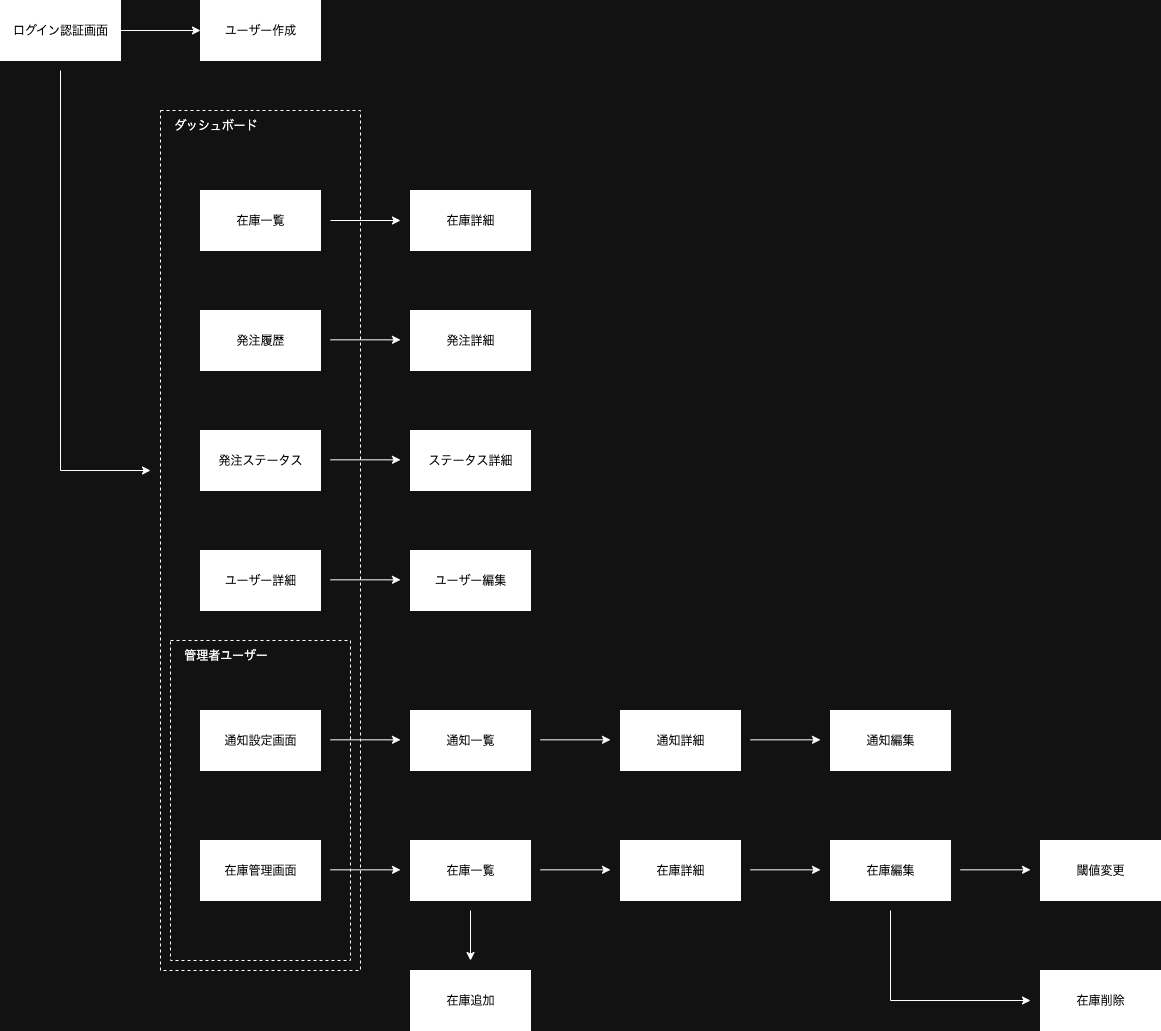
The draw.io diagram images/image_transition.png in Tsukasa724/portfolio, before a commit. Source tidied: cells renumbered, new cells last; positions are measured from the earlier drawing's top-left corner, leaving out a move shared by most shapes.
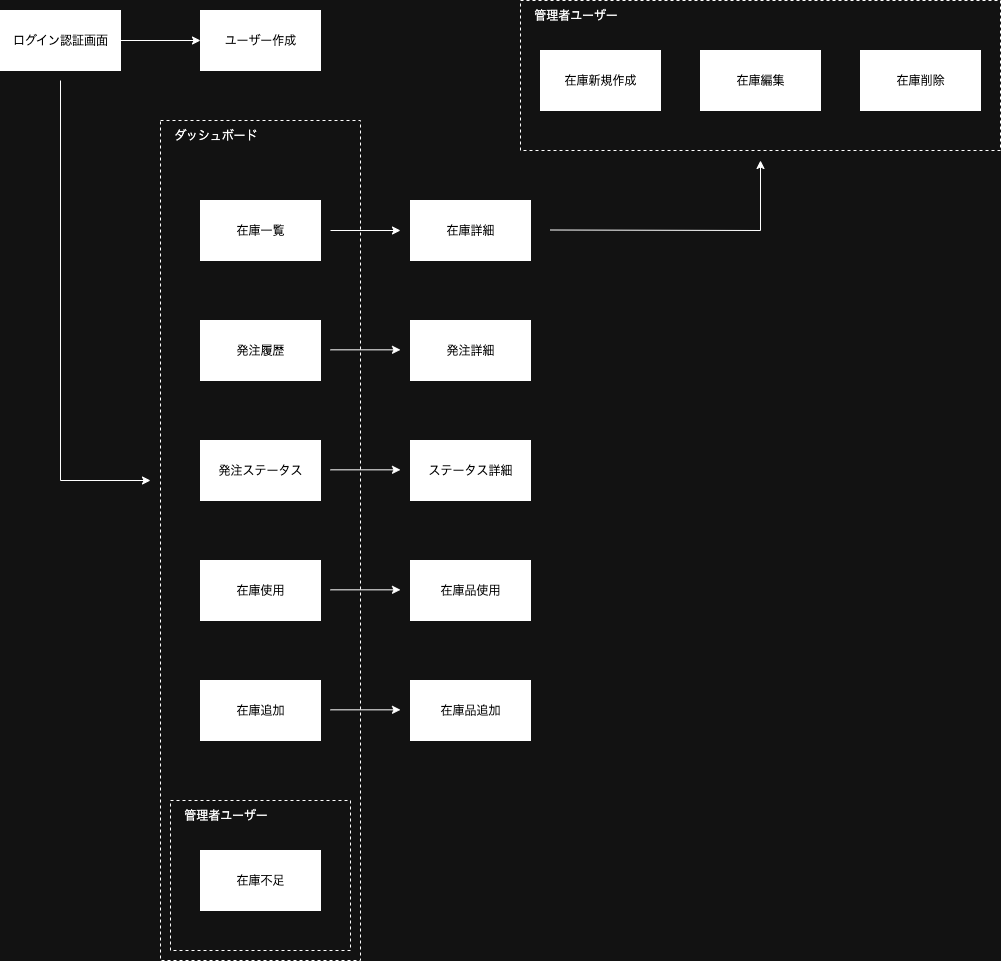
After the commit.

Commit message:
README.mdの編集 - 画像遷移図の変更 - 指摘内容と修正内容の追加

The edit, as a diff of the source:
```diff
@@ -2,6 +2,9 @@
   <root>
     <mxCell id="0" />
     <mxCell id="1" parent="0" />
+    <mxCell id="42" style="rounded=0;whiteSpace=wrap;html=1;fillColor=none;dashed=1;strokeColor=light-dark(#000000,#FFFFFF);" parent="1" vertex="1">
+      <mxGeometry x="520" y="-10" width="480" height="150" as="geometry" />
+    </mxCell>
     <mxCell id="2" value="&lt;font style=&quot;color: light-dark(rgb(0, 0, 0), rgb(0, 0, 0));&quot;&gt;ログイン認証画面&lt;/font&gt;" style="rounded=0;whiteSpace=wrap;html=1;fillColor=light-dark(#FFFFFF,#FFFFFF);" parent="1" vertex="1">
       <mxGeometry width="120" height="60" as="geometry" />
     </mxCell>
@@ -14,7 +17,7 @@
       </mxGeometry>
     </mxCell>
     <mxCell id="5" style="rounded=0;whiteSpace=wrap;html=1;fillColor=none;dashed=1;strokeColor=light-dark(#000000,#FFFFFF);" parent="1" vertex="1">
-      <mxGeometry x="160" y="110" width="200" height="860" as="geometry" />
+      <mxGeometry x="160" y="110" width="200" height="840" as="geometry" />
     </mxCell>
     <mxCell id="6" value="ダッシュボード" style="text;html=1;align=center;verticalAlign=middle;strokeColor=none;fillColor=none;" parent="1" vertex="1">
       <mxGeometry x="160" y="110" width="110" height="30" as="geometry" />
@@ -28,21 +31,18 @@
     <mxCell id="9" value="&lt;font style=&quot;color: light-dark(rgb(0, 0, 0), rgb(0, 0, 0));&quot;&gt;在庫一覧&lt;/font&gt;" style="rounded=0;whiteSpace=wrap;html=1;fillColor=light-dark(#FFFFFF,#FFFFFF);" parent="1" vertex="1">
       <mxGeometry x="200" y="190" width="120" height="60" as="geometry" />
     </mxCell>
-    <mxCell id="10" value="&lt;font style=&quot;color: light-dark(rgb(0, 0, 0), rgb(0, 0, 0));&quot;&gt;ユーザー詳細&lt;/font&gt;" style="rounded=0;whiteSpace=wrap;html=1;fillColor=light-dark(#FFFFFF,#FFFFFF);" parent="1" vertex="1">
+    <mxCell id="10" value="&lt;font style=&quot;color: light-dark(rgb(0, 0, 0), rgb(0, 0, 0));&quot;&gt;在庫使用&lt;/font&gt;" style="rounded=0;whiteSpace=wrap;html=1;fillColor=light-dark(#FFFFFF,#FFFFFF);" parent="1" vertex="1">
       <mxGeometry x="200" y="550" width="120" height="60" as="geometry" />
     </mxCell>
     <mxCell id="11" style="rounded=0;whiteSpace=wrap;html=1;fillColor=none;dashed=1;strokeColor=light-dark(#000000,#FFFFFF);" parent="1" vertex="1">
-      <mxGeometry x="170" y="640" width="180" height="320" as="geometry" />
+      <mxGeometry x="170" y="790" width="180" height="150" as="geometry" />
     </mxCell>
     <mxCell id="12" value="管理者ユーザー" style="text;html=1;align=center;verticalAlign=middle;strokeColor=none;fillColor=none;" parent="1" vertex="1">
-      <mxGeometry x="170" y="640" width="110" height="30" as="geometry" />
+      <mxGeometry x="170" y="790" width="110" height="30" as="geometry" />
     </mxCell>
-    <mxCell id="13" value="&lt;font style=&quot;color: light-dark(rgb(0, 0, 0), rgb(0, 0, 0));&quot;&gt;在庫管理画面&lt;/font&gt;" style="rounded=0;whiteSpace=wrap;html=1;fillColor=light-dark(#FFFFFF,#FFFFFF);" parent="1" vertex="1">
+    <mxCell id="13" value="&lt;font style=&quot;color: light-dark(rgb(0, 0, 0), rgb(0, 0, 0));&quot;&gt;在庫不足&lt;/font&gt;" style="rounded=0;whiteSpace=wrap;html=1;fillColor=light-dark(#FFFFFF,#FFFFFF);" parent="1" vertex="1">
       <mxGeometry x="200" y="840" width="120" height="60" as="geometry" />
     </mxCell>
-    <mxCell id="14" value="&lt;font style=&quot;color: light-dark(rgb(0, 0, 0), rgb(0, 0, 0));&quot;&gt;通知設定画面&lt;/font&gt;" style="rounded=0;whiteSpace=wrap;html=1;fillColor=light-dark(#FFFFFF,#FFFFFF);" parent="1" vertex="1">
-      <mxGeometry x="200" y="710" width="120" height="60" as="geometry" />
-    </mxCell>
     <mxCell id="15" style="endArrow=classic;html=1;rounded=0;" parent="1" edge="1">
       <mxGeometry relative="1" as="geometry">
         <mxPoint x="60" y="70" as="sourcePoint" />
@@ -76,18 +76,6 @@
         <mxPoint x="400" y="579.3" as="targetPoint" />
       </mxGeometry>
     </mxCell>
-    <mxCell id="20" style="endArrow=classic;html=1;rounded=0;" parent="1" edge="1">
-      <mxGeometry relative="1" as="geometry">
-        <mxPoint x="330" y="869.3" as="sourcePoint" />
-        <mxPoint x="400" y="869.3" as="targetPoint" />
-      </mxGeometry>
-    </mxCell>
-    <mxCell id="21" style="endArrow=classic;html=1;rounded=0;" parent="1" edge="1">
-      <mxGeometry relative="1" as="geometry">
-        <mxPoint x="330" y="739.3" as="sourcePoint" />
-        <mxPoint x="400" y="739.3" as="targetPoint" />
-      </mxGeometry>
-    </mxCell>
     <mxCell id="22" value="&lt;font style=&quot;color: light-dark(rgb(0, 0, 0), rgb(0, 0, 0));&quot;&gt;在庫詳細&lt;/font&gt;" style="rounded=0;whiteSpace=wrap;html=1;fillColor=light-dark(#FFFFFF,#FFFFFF);" parent="1" vertex="1">
       <mxGeometry x="410" y="190" width="120" height="60" as="geometry" />
     </mxCell>
@@ -97,80 +85,41 @@
     <mxCell id="24" value="&lt;font style=&quot;color: light-dark(rgb(0, 0, 0), rgb(0, 0, 0));&quot;&gt;ステータス詳細&lt;/font&gt;" style="rounded=0;whiteSpace=wrap;html=1;fillColor=light-dark(#FFFFFF,#FFFFFF);" parent="1" vertex="1">
       <mxGeometry x="410" y="430" width="120" height="60" as="geometry" />
     </mxCell>
-    <mxCell id="25" value="&lt;font style=&quot;color: light-dark(rgb(0, 0, 0), rgb(0, 0, 0));&quot;&gt;ユーザー編集&lt;/font&gt;" style="rounded=0;whiteSpace=wrap;html=1;fillColor=light-dark(#FFFFFF,#FFFFFF);" parent="1" vertex="1">
+    <mxCell id="25" value="&lt;font style=&quot;color: light-dark(rgb(0, 0, 0), rgb(0, 0, 0));&quot;&gt;在庫品使用&lt;/font&gt;" style="rounded=0;whiteSpace=wrap;html=1;fillColor=light-dark(#FFFFFF,#FFFFFF);" parent="1" vertex="1">
       <mxGeometry x="410" y="550" width="120" height="60" as="geometry" />
     </mxCell>
-    <mxCell id="26" value="&lt;font style=&quot;color: light-dark(rgb(0, 0, 0), rgb(0, 0, 0));&quot;&gt;在庫一覧&lt;/font&gt;" style="rounded=0;whiteSpace=wrap;html=1;fillColor=light-dark(#FFFFFF,#FFFFFF);" parent="1" vertex="1">
-      <mxGeometry x="410" y="840" width="120" height="60" as="geometry" />
-    </mxCell>
-    <mxCell id="27" value="&lt;font style=&quot;color: light-dark(rgb(0, 0, 0), rgb(0, 0, 0));&quot;&gt;通知一覧&lt;/font&gt;" style="rounded=0;whiteSpace=wrap;html=1;fillColor=light-dark(#FFFFFF,#FFFFFF);" parent="1" vertex="1">
-      <mxGeometry x="410" y="710" width="120" height="60" as="geometry" />
-    </mxCell>
-    <mxCell id="28" value="&lt;font style=&quot;color: light-dark(rgb(0, 0, 0), rgb(0, 0, 0));&quot;&gt;在庫詳細&lt;/font&gt;" style="rounded=0;whiteSpace=wrap;html=1;fillColor=light-dark(#FFFFFF,#FFFFFF);" parent="1" vertex="1">
-      <mxGeometry x="620" y="840" width="120" height="60" as="geometry" />
-    </mxCell>
-    <mxCell id="29" style="endArrow=classic;html=1;rounded=0;" parent="1" edge="1">
-      <mxGeometry relative="1" as="geometry">
-        <mxPoint x="540" y="869.3" as="sourcePoint" />
-        <mxPoint x="610" y="869.3" as="targetPoint" />
-      </mxGeometry>
-    </mxCell>
-    <mxCell id="30" style="endArrow=classic;html=1;rounded=0;" parent="1" edge="1">
-      <mxGeometry relative="1" as="geometry">
-        <mxPoint x="540" y="739.3" as="sourcePoint" />
-        <mxPoint x="610" y="739.3" as="targetPoint" />
-      </mxGeometry>
-    </mxCell>
-    <mxCell id="31" value="&lt;font style=&quot;color: light-dark(rgb(0, 0, 0), rgb(0, 0, 0));&quot;&gt;通知詳細&lt;/font&gt;" style="rounded=0;whiteSpace=wrap;html=1;fillColor=light-dark(#FFFFFF,#FFFFFF);" parent="1" vertex="1">
-      <mxGeometry x="620" y="710" width="120" height="60" as="geometry" />
-    </mxCell>
     <mxCell id="32" value="&lt;font style=&quot;color: light-dark(rgb(0, 0, 0), rgb(0, 0, 0));&quot;&gt;在庫編集&lt;/font&gt;" style="rounded=0;whiteSpace=wrap;html=1;fillColor=light-dark(#FFFFFF,#FFFFFF);" parent="1" vertex="1">
-      <mxGeometry x="830" y="840" width="120" height="60" as="geometry" />
+      <mxGeometry x="700" y="40" width="120" height="60" as="geometry" />
     </mxCell>
-    <mxCell id="33" value="&lt;font style=&quot;color: light-dark(rgb(0, 0, 0), rgb(0, 0, 0));&quot;&gt;通知編集&lt;/font&gt;" style="rounded=0;whiteSpace=wrap;html=1;fillColor=light-dark(#FFFFFF,#FFFFFF);" parent="1" vertex="1">
-      <mxGeometry x="830" y="710" width="120" height="60" as="geometry" />
-    </mxCell>
-    <mxCell id="34" value="&lt;font style=&quot;color: light-dark(rgb(0, 0, 0), rgb(0, 0, 0));&quot;&gt;在庫追加&lt;/font&gt;" style="rounded=0;whiteSpace=wrap;html=1;fillColor=light-dark(#FFFFFF,#FFFFFF);" parent="1" vertex="1">
-      <mxGeometry x="410" y="970" width="120" height="60" as="geometry" />
+    <mxCell id="34" value="&lt;span&gt;&lt;font style=&quot;color: light-dark(rgb(0, 0, 0), rgb(0, 0, 0));&quot;&gt;在庫新規作成&lt;/font&gt;&lt;/span&gt;" style="rounded=0;whiteSpace=wrap;html=1;fillColor=light-dark(#FFFFFF,#FFFFFF);" parent="1" vertex="1">
+      <mxGeometry x="540" y="40" width="120" height="60" as="geometry" />
     </mxCell>
     <mxCell id="35" value="&lt;font style=&quot;color: light-dark(rgb(0, 0, 0), rgb(0, 0, 0));&quot;&gt;在庫削除&lt;/font&gt;" style="rounded=0;whiteSpace=wrap;html=1;fillColor=light-dark(#FFFFFF,#FFFFFF);" parent="1" vertex="1">
-      <mxGeometry x="1040" y="970" width="120" height="60" as="geometry" />
+      <mxGeometry x="860" y="40" width="120" height="60" as="geometry" />
     </mxCell>
-    <mxCell id="36" style="endArrow=classic;html=1;rounded=0;" parent="1" edge="1">
-      <mxGeometry relative="1" as="geometry">
-        <mxPoint x="750" y="869.3" as="sourcePoint" />
-        <mxPoint x="820" y="869.3" as="targetPoint" />
-      </mxGeometry>
-    </mxCell>
-    <mxCell id="37" style="endArrow=classic;html=1;rounded=0;" parent="1" edge="1">
-      <mxGeometry relative="1" as="geometry">
-        <mxPoint x="750" y="739.3" as="sourcePoint" />
-        <mxPoint x="820" y="739.3" as="targetPoint" />
-      </mxGeometry>
-    </mxCell>
-    <mxCell id="38" style="endArrow=classic;html=1;rounded=0;" parent="1" edge="1">
-      <mxGeometry relative="1" as="geometry">
-        <mxPoint x="960" y="869.3" as="sourcePoint" />
-        <mxPoint x="1030" y="869.3" as="targetPoint" />
-      </mxGeometry>
-    </mxCell>
-    <mxCell id="39" value="&lt;font style=&quot;color: light-dark(rgb(0, 0, 0), rgb(0, 0, 0));&quot;&gt;閾値変更&lt;/font&gt;" style="rounded=0;whiteSpace=wrap;html=1;fillColor=light-dark(#FFFFFF,#FFFFFF);" parent="1" vertex="1">
-      <mxGeometry x="1040" y="840" width="120" height="60" as="geometry" />
-    </mxCell>
-    <mxCell id="40" style="endArrow=classic;html=1;rounded=0;" parent="1" edge="1">
-      <mxGeometry relative="1" as="geometry">
-        <mxPoint x="470" y="910" as="sourcePoint" />
-        <mxPoint x="470" y="960" as="targetPoint" />
-      </mxGeometry>
-    </mxCell>
-    <mxCell id="41" style="endArrow=classic;html=1;rounded=0;" parent="1" edge="1">
-      <mxGeometry relative="1" as="geometry">
-        <mxPoint x="890" y="910" as="sourcePoint" />
-        <mxPoint x="1030" y="1000" as="targetPoint" />
-        <Array as="points">
-          <mxPoint x="890" y="1000" />
-        </Array>
-      </mxGeometry>
-    </mxCell>
+    <mxCell id="43" value="&lt;font style=&quot;color: light-dark(rgb(0, 0, 0), rgb(0, 0, 0));&quot;&gt;在庫追加&lt;/font&gt;" style="rounded=0;whiteSpace=wrap;html=1;fillColor=light-dark(#FFFFFF,#FFFFFF);" parent="1" vertex="1">
+      <mxGeometry x="200" y="670" width="120" height="60" as="geometry" />
+    </mxCell>
+    <mxCell id="44" style="endArrow=classic;html=1;rounded=0;" parent="1" edge="1">
+      <mxGeometry relative="1" as="geometry">
+        <mxPoint x="330" y="699.3" as="sourcePoint" />
+        <mxPoint x="400" y="699.3" as="targetPoint" />
+      </mxGeometry>
+    </mxCell>
+    <mxCell id="45" value="&lt;font style=&quot;color: light-dark(rgb(0, 0, 0), rgb(0, 0, 0));&quot;&gt;在庫品追加&lt;/font&gt;" style="rounded=0;whiteSpace=wrap;html=1;fillColor=light-dark(#FFFFFF,#FFFFFF);" parent="1" vertex="1">
+      <mxGeometry x="410" y="670" width="120" height="60" as="geometry" />
+    </mxCell>
+    <mxCell id="46" value="管理者ユーザー" style="text;html=1;align=center;verticalAlign=middle;strokeColor=none;fillColor=none;" parent="1" vertex="1">
+      <mxGeometry x="520" y="-10" width="110" height="30" as="geometry" />
+    </mxCell>
+    <mxCell id="47" style="endArrow=classic;html=1;rounded=0;" parent="1" edge="1">
+      <mxGeometry relative="1" as="geometry">
+        <mxPoint x="550" y="219.5" as="sourcePoint" />
+        <mxPoint x="760" y="150" as="targetPoint" />
+        <Array as="points">
+          <mxPoint x="760" y="220" />
+        </Array>
+      </mxGeometry>
+    </mxCell>
   </root>
 </mxGraphModel>
```
